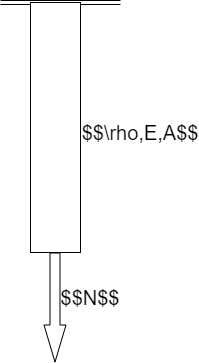
bcynuaa/GalerkinLearn keeps this draw.io diagram as Introduction/image/example.drawio.png. Above is the earlier version. Source tidied: cells renumbered, new cells last; positions are measured from the earlier drawing's top-left corner, leaving out a move shared by most shapes. The source it was exported from:
```xml
<mxGraphModel math="1">
  <root>
    <mxCell id="0" />
    <mxCell id="1" parent="0" />
    <mxCell id="2" style="shape=link;html=1;" parent="1" edge="1">
      <mxGeometry relative="1" as="geometry">
        <mxPoint as="sourcePoint" />
        <mxPoint x="120" as="targetPoint" />
      </mxGeometry>
    </mxCell>
    <mxCell id="3" style="rounded=0;whiteSpace=wrap;html=1;" parent="1" vertex="1">
      <mxGeometry x="30" width="50" height="250" as="geometry" />
    </mxCell>
    <mxCell id="4" style="shape=flexArrow;endArrow=classic;html=1;endSize=12;startSize=2;endWidth=11;" parent="1" edge="1">
      <mxGeometry relative="1" as="geometry">
        <mxPoint x="54.5" y="250" as="sourcePoint" />
        <mxPoint x="54.5" y="360" as="targetPoint" />
      </mxGeometry>
    </mxCell>
    <mxCell id="5" value="&lt;font style=&quot;font-size: 20px&quot;&gt;$$N$$&lt;/font&gt;" style="text;html=1;strokeColor=none;fillColor=none;align=center;verticalAlign=middle;whiteSpace=wrap;rounded=0;" parent="1" vertex="1">
      <mxGeometry x="60" y="280" width="60" height="30" as="geometry" />
    </mxCell>
    <mxCell id="6" value="$$\rho,E,A$$" style="text;html=1;strokeColor=none;fillColor=none;align=center;verticalAlign=middle;whiteSpace=wrap;rounded=0;fontSize=20;" parent="1" vertex="1">
      <mxGeometry x="100" y="110" width="80" height="40" as="geometry" />
    </mxCell>
  </root>
</mxGraphModel>
```
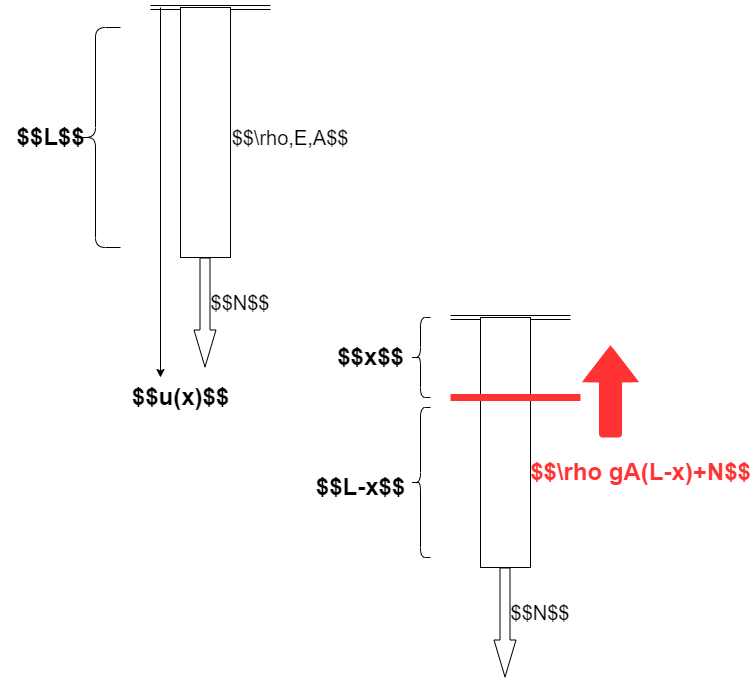
Above is the later version.

Diff of the diagram source:
```diff
@@ -23,5 +23,68 @@
     <mxCell id="6" value="$$\rho,E,A$$" style="text;html=1;strokeColor=none;fillColor=none;align=center;verticalAlign=middle;whiteSpace=wrap;rounded=0;fontSize=20;" parent="1" vertex="1">
       <mxGeometry x="100" y="110" width="80" height="40" as="geometry" />
     </mxCell>
+    <mxCell id="7" style="shape=curlyBracket;whiteSpace=wrap;html=1;rounded=1;size=0.5;" parent="1" vertex="1">
+      <mxGeometry x="-80" y="20" width="50" height="220" as="geometry" />
+    </mxCell>
+    <mxCell id="8" value="$$L$$" style="text;strokeColor=none;fillColor=none;html=1;fontSize=24;fontStyle=1;verticalAlign=middle;align=center;" parent="1" vertex="1">
+      <mxGeometry x="-150" y="110" width="100" height="40" as="geometry" />
+    </mxCell>
+    <mxCell id="9" style="endArrow=classic;html=1;" parent="1" edge="1">
+      <mxGeometry relative="1" as="geometry">
+        <mxPoint x="10" as="sourcePoint" />
+        <mxPoint x="10" y="370" as="targetPoint" />
+      </mxGeometry>
+    </mxCell>
+    <mxCell id="10" value="$$u(x)$$" style="text;strokeColor=none;fillColor=none;html=1;fontSize=24;fontStyle=1;verticalAlign=middle;align=center;" parent="1" vertex="1">
+      <mxGeometry x="-20" y="370" width="100" height="40" as="geometry" />
+    </mxCell>
+    <mxCell id="11" style="shape=link;html=1;" parent="1" edge="1">
+      <mxGeometry relative="1" as="geometry">
+        <mxPoint x="300" y="310" as="sourcePoint" />
+        <mxPoint x="420" y="310" as="targetPoint" />
+      </mxGeometry>
+    </mxCell>
+    <mxCell id="12" style="rounded=0;whiteSpace=wrap;html=1;" parent="1" vertex="1">
+      <mxGeometry x="330" y="310" width="50" height="250" as="geometry" />
+    </mxCell>
+    <mxCell id="13" style="shape=flexArrow;endArrow=classic;html=1;endSize=12;startSize=2;endWidth=11;" parent="1" edge="1">
+      <mxGeometry relative="1" as="geometry">
+        <mxPoint x="354.5" y="560" as="sourcePoint" />
+        <mxPoint x="354.5" y="670" as="targetPoint" />
+      </mxGeometry>
+    </mxCell>
+    <mxCell id="14" value="&lt;font style=&quot;font-size: 20px&quot;&gt;$$N$$&lt;/font&gt;" style="text;html=1;strokeColor=none;fillColor=none;align=center;verticalAlign=middle;whiteSpace=wrap;rounded=0;" parent="1" vertex="1">
+      <mxGeometry x="360" y="590" width="60" height="30" as="geometry" />
+    </mxCell>
+    <mxCell id="15" style="endArrow=none;html=1;fillColor=#d80073;strokeColor=#FF3333;strokeWidth=7;" parent="1" edge="1">
+      <mxGeometry relative="1" as="geometry">
+        <mxPoint x="430" y="390" as="sourcePoint" />
+        <mxPoint x="300" y="390" as="targetPoint" />
+      </mxGeometry>
+    </mxCell>
+    <mxCell id="16" style="shape=curlyBracket;whiteSpace=wrap;html=1;rounded=1;" parent="1" vertex="1">
+      <mxGeometry x="260" y="310" width="20" height="80" as="geometry" />
+    </mxCell>
+    <mxCell id="17" value="$$x$$" style="text;strokeColor=none;fillColor=none;html=1;fontSize=24;fontStyle=1;verticalAlign=middle;align=center;" parent="1" vertex="1">
+      <mxGeometry x="170" y="330" width="100" height="40" as="geometry" />
+    </mxCell>
+    <mxCell id="18" value="$$L-x$$" style="text;strokeColor=none;fillColor=none;html=1;fontSize=24;fontStyle=1;verticalAlign=middle;align=center;" parent="1" vertex="1">
+      <mxGeometry x="160" y="460" width="100" height="40" as="geometry" />
+    </mxCell>
+    <mxCell id="19" style="shape=curlyBracket;whiteSpace=wrap;html=1;rounded=1;" parent="1" vertex="1">
+      <mxGeometry x="260" y="400" width="20" height="150" as="geometry" />
+    </mxCell>
+    <mxCell id="20" style="shape=flexArrow;endArrow=classic;html=1;strokeWidth=7;endWidth=20;endSize=6.93;fillColor=#FF3333;strokeColor=#FF3333;" parent="1" edge="1">
+      <mxGeometry relative="1" as="geometry">
+        <mxPoint x="460" y="430" as="sourcePoint" />
+        <mxPoint x="460" y="340" as="targetPoint" />
+        <Array as="points">
+          <mxPoint x="460" y="400" />
+        </Array>
+      </mxGeometry>
+    </mxCell>
+    <mxCell id="21" value="&lt;font color=&quot;#ff3333&quot;&gt;$$\rho gA(L-x)+N$$&lt;/font&gt;" style="text;strokeColor=none;fillColor=none;html=1;fontSize=24;fontStyle=1;verticalAlign=middle;align=center;" parent="1" vertex="1">
+      <mxGeometry x="440" y="440" width="100" height="50" as="geometry" />
+    </mxCell>
   </root>
 </mxGraphModel>
```
